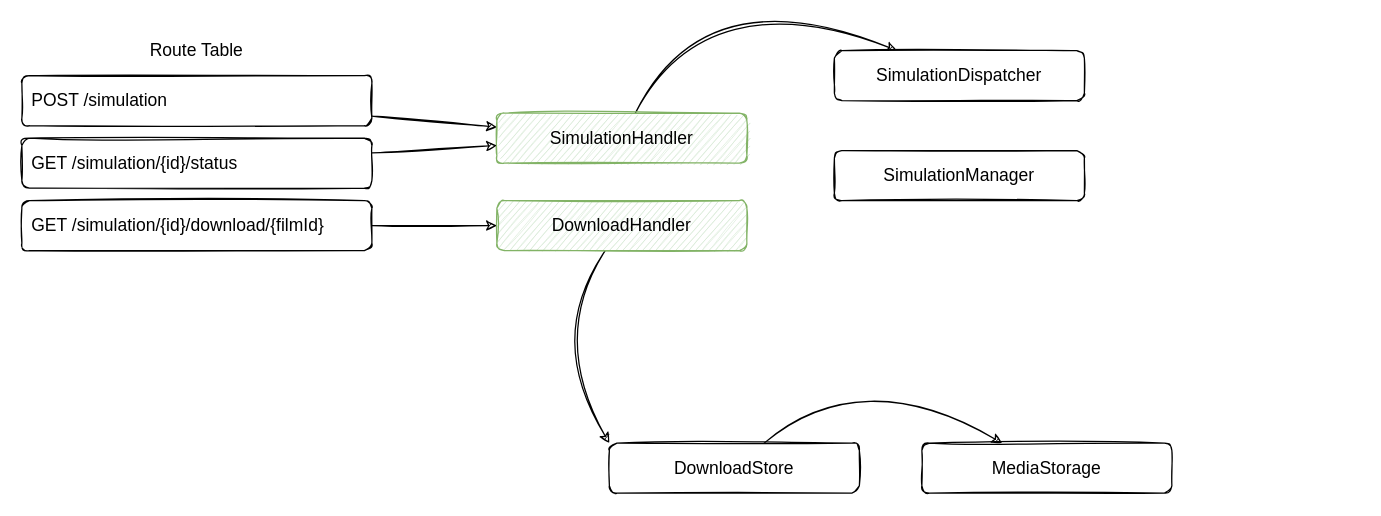
Before: micro-galaxy.drawio in estrondo/micro-galaxy-docs, a draw.io diagram. Source tidied: cells renumbered, new cells numbered last; positions are measured from the earlier drawing's top-left corner, leaving out a move shared by most shapes. Both pictures are drawn from the tidied source at 125%, with x=0, y=0 at pixel (21, -25).
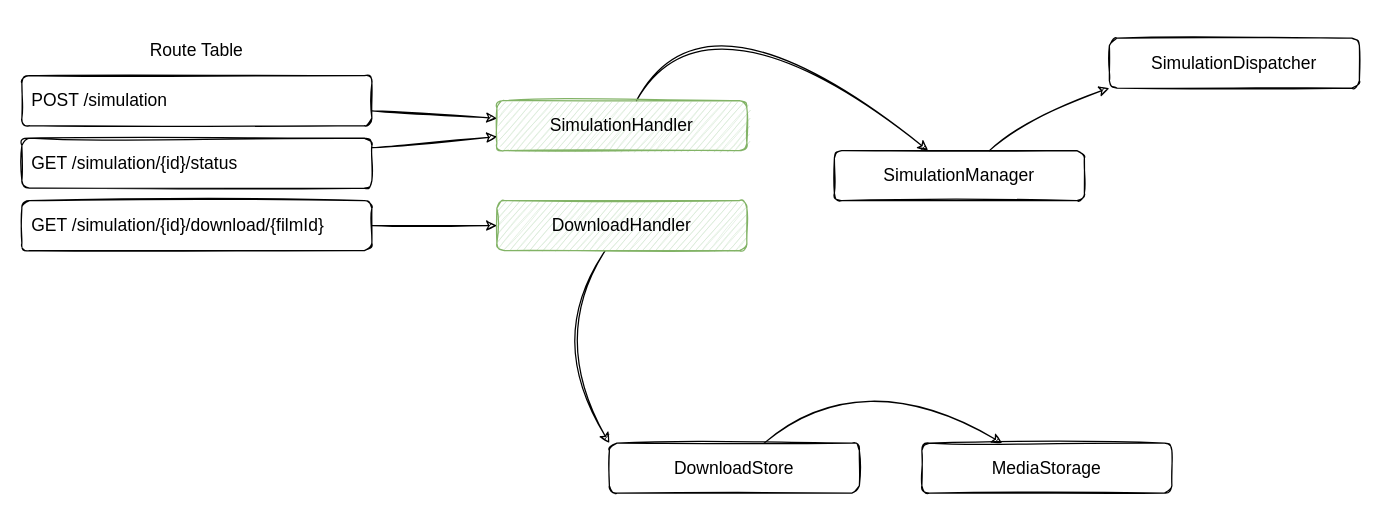
The same page after the edit.

Unchanged cells that the change refers to:
```xml
<mxCell id="17" value="&lt;div&gt;SimulationManager&lt;/div&gt;" style="rounded=1;whiteSpace=wrap;html=1;sketch=1;fontSize=14;" parent="1" vertex="1">
  <mxGeometry x="650" y="140" width="200" height="40" as="geometry" />
</mxCell>
```

Change to the diagram source:
```diff
@@
-    <mxCell id="2" style="endArrow=classic;fontSize=14;sketch=1;html=1;curved=1;" parent="1" edge="1" source="9" target="14">
+    <mxCell id="2" style="endArrow=classic;fontSize=14;sketch=1;html=1;curved=1;" parent="1" edge="1" source="9" target="17">
       <mxGeometry relative="1" as="geometry">
         <Array as="points">
           <mxPoint x="550" />
         </Array>
       </mxGeometry>
     </mxCell>
@@
     <mxCell id="9" value="&lt;div&gt;SimulationHandler&lt;/div&gt;" style="rounded=1;whiteSpace=wrap;html=1;sketch=1;fontSize=14;fillColor=#d5e8d4;strokeColor=#82b366;" parent="1" vertex="1">
-      <mxGeometry x="380" y="110" width="200" height="40" as="geometry" />
+      <mxGeometry x="380" y="100" width="200" height="40" as="geometry" />
     </mxCell>
@@
     <mxCell id="14" value="SimulationDispatcher" style="rounded=1;whiteSpace=wrap;html=1;sketch=1;fontSize=14;" parent="1" vertex="1">
-      <mxGeometry x="650" y="60" width="200" height="40" as="geometry" />
+      <mxGeometry x="870" y="50" width="200" height="40" as="geometry" />
     </mxCell>
@@
+    <mxCell id="18" style="endArrow=classic;fontSize=14;sketch=1;html=1;curved=1;entryX=0;entryY=1;entryDx=0;entryDy=0;" parent="1" edge="1" source="17" target="14">
+      <mxGeometry relative="1" as="geometry">
+        <Array as="points">
+          <mxPoint x="810" y="110" />
+        </Array>
+      </mxGeometry>
+    </mxCell>
```
